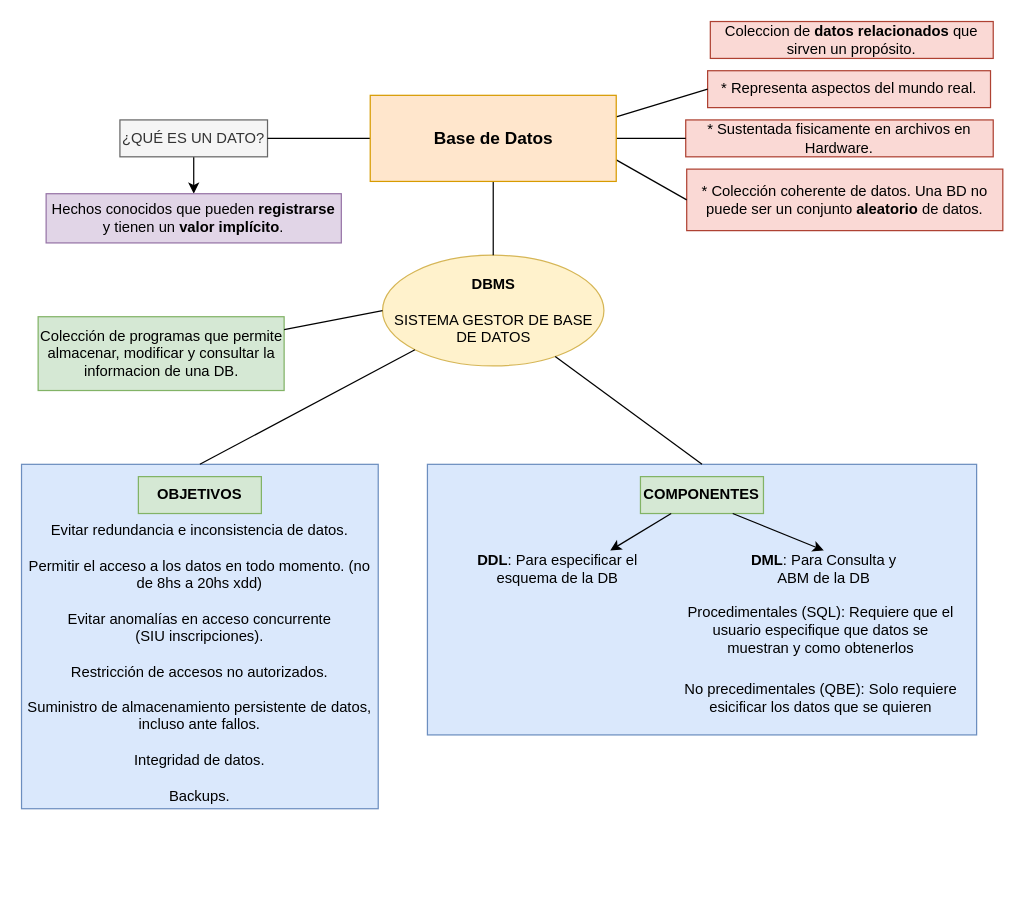
Before: page "DB, Datos, DBMS" (1 of 8) of Diagrama-resumen.drawio in senras/DBD, a draw.io diagram. Source tidied: cells renumbered, new cells numbered last; positions are measured from the earlier drawing's top-left corner, leaving out a move shared by most shapes. Both pictures are drawn from the tidied source at 123%, with x=0, y=0 at pixel (21, 21).
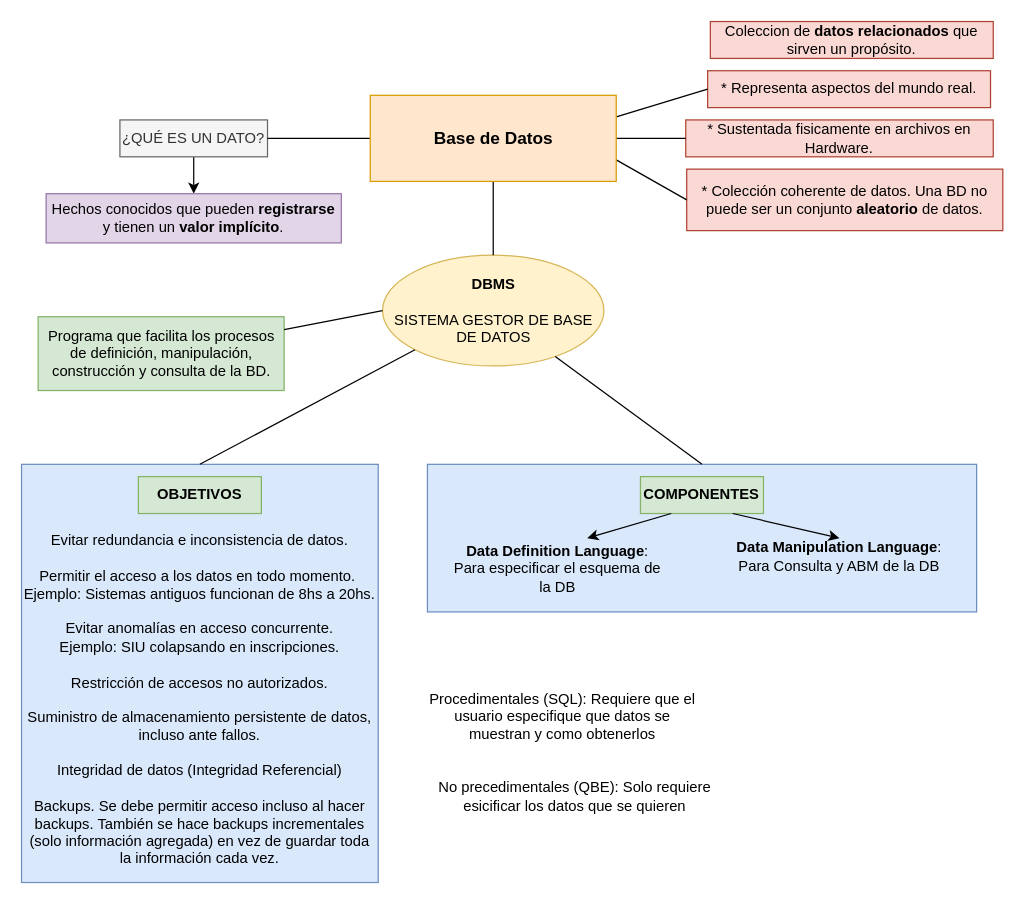
Above is the later version.

The change refers to these unchanged cells:
```xml
<mxCell id="9" value="COMPONENTES" style="text;html=1;strokeColor=#82b366;fillColor=#d5e8d4;align=center;verticalAlign=middle;whiteSpace=wrap;rounded=0;fontStyle=1;" parent="1" vertex="1">
  <mxGeometry x="503.2" y="370" width="100" height="30" as="geometry" />
</mxCell>
```

The edit, as a diff of the source:
```diff
@@
-    <mxCell id="2" value="&lt;span&gt;&lt;br&gt;&lt;br&gt;&lt;br&gt;Evitar redundancia e inconsistencia de datos.&lt;br&gt;&lt;br&gt;&lt;/span&gt;Permitir el acceso a los datos en todo momento. (no de 8hs a 20hs xdd)&lt;br&gt;&lt;span&gt;&lt;br&gt;&lt;/span&gt;Evitar anomalías en acceso concurrente&lt;br&gt;(SIU inscripciones).&lt;br&gt;&lt;span&gt;&lt;br&gt;&lt;/span&gt;Restricción de accesos no autorizados.&lt;br&gt;&lt;span&gt;&lt;br&gt;&lt;/span&gt;Suministro de almacenamiento persistente de datos, incluso ante fallos.&lt;br&gt;&lt;span&gt;&lt;br&gt;&lt;/span&gt;Integridad de datos.&lt;br&gt;&lt;span&gt;&lt;br&gt;&lt;/span&gt;Backups.&lt;span&gt;&lt;br&gt;&lt;/span&gt;" style="rounded=0;whiteSpace=wrap;html=1;fillColor=#dae8fc;strokeColor=#6c8ebf;" parent="1" vertex="1">
-      <mxGeometry y="360" width="290" height="280" as="geometry" />
+    <mxCell id="2" value="&lt;span&gt;&lt;br&gt;&lt;br&gt;&lt;br&gt;Evitar redundancia e inconsistencia de datos.&lt;br&gt;&lt;br&gt;&lt;/span&gt;Permitir el acceso a los datos en todo momento.&amp;nbsp;&lt;br&gt;Ejemplo: Sistemas antiguos funcionan de 8hs a 20hs.&lt;br&gt;&lt;span&gt;&lt;br&gt;&lt;/span&gt;Evitar anomalías en acceso concurrente.&lt;br&gt;Ejemplo: SIU colapsando en inscripciones.&lt;br&gt;&lt;span&gt;&lt;br&gt;&lt;/span&gt;Restricción de accesos no autorizados.&lt;br&gt;&lt;span&gt;&lt;br&gt;&lt;/span&gt;Suministro de almacenamiento persistente de datos, incluso ante fallos.&lt;br&gt;&lt;span&gt;&lt;br&gt;&lt;/span&gt;Integridad de datos (Integridad Referencial)&lt;br&gt;&lt;span&gt;&lt;br&gt;&lt;/span&gt;Backups. Se debe permitir acceso incluso al hacer backups. También se hace backups incrementales (solo información agregada) en vez de guardar toda la información cada vez.&lt;span&gt;&lt;br&gt;&lt;/span&gt;" style="rounded=0;whiteSpace=wrap;html=1;fillColor=#dae8fc;strokeColor=#6c8ebf;" parent="1" vertex="1">
+      <mxGeometry y="360" width="290" height="340" as="geometry" />
     </mxCell>
     <mxCell id="3" style="rounded=0;whiteSpace=wrap;html=1;fillColor=#dae8fc;strokeColor=#6c8ebf;" parent="1" vertex="1">
-      <mxGeometry x="330" y="360" width="446.5" height="220" as="geometry" />
+      <mxGeometry x="330" y="360" width="446.5" height="120" as="geometry" />
     </mxCell>
@@
-    <mxCell id="10" value="&lt;b&gt;DDL&lt;/b&gt;: Para especificar el esquema de la DB" style="text;html=1;align=center;verticalAlign=middle;whiteSpace=wrap;rounded=0;" parent="1" vertex="1">
+    <mxCell id="10" value="&lt;b&gt;Data Definition Language&lt;/b&gt;: Para especificar el esquema de la DB" style="text;html=1;align=center;verticalAlign=middle;whiteSpace=wrap;rounded=0;" parent="1" vertex="1">
       <mxGeometry x="350" y="430" width="171.5" height="30" as="geometry" />
     </mxCell>
-    <mxCell id="11" value="&lt;b&gt;DML&lt;/b&gt;: Para Consulta y ABM de la DB" style="text;html=1;align=center;verticalAlign=middle;whiteSpace=wrap;rounded=0;" parent="1" vertex="1">
-      <mxGeometry x="580" y="430" width="144.5" height="30" as="geometry" />
+    <mxCell id="11" value="&lt;b&gt;Data Manipulation Language&lt;/b&gt;: Para Consulta y ABM de la DB" style="text;html=1;align=center;verticalAlign=middle;whiteSpace=wrap;rounded=0;" parent="1" vertex="1">
+      <mxGeometry x="580" y="420" width="170" height="30" as="geometry" />
     </mxCell>
     <mxCell id="12" value="Procedimentales (SQL): Requiere que el usuario especifique que datos se muestran y como obtenerlos" style="text;html=1;fillColor=none;align=center;verticalAlign=middle;whiteSpace=wrap;rounded=0;" parent="1" vertex="1">
-      <mxGeometry x="540" y="470" width="220" height="50" as="geometry" />
+      <mxGeometry x="330" y="540" width="220" height="50" as="geometry" />
     </mxCell>
     <mxCell id="13" value="No precedimentales (QBE): Solo requiere esicificar los datos que se quieren" style="text;html=1;fillColor=none;align=center;verticalAlign=middle;whiteSpace=wrap;rounded=0;" parent="1" vertex="1">
-      <mxGeometry x="530" y="530" width="240" height="40" as="geometry" />
+      <mxGeometry x="330" y="610" width="240" height="40" as="geometry" />
     </mxCell>
@@
-    <mxCell id="15" value="Colección de programas que permite almacenar, modificar y consultar la informacion de una DB." style="text;html=1;strokeColor=#82b366;fillColor=#d5e8d4;align=center;verticalAlign=middle;whiteSpace=wrap;rounded=0;" parent="1" vertex="1">
+    <mxCell id="15" value="Programa que facilita los procesos de definición, manipulación, construcción y consulta de la BD." style="text;html=1;strokeColor=#82b366;fillColor=#d5e8d4;align=center;verticalAlign=middle;whiteSpace=wrap;rounded=0;" parent="1" vertex="1">
       <mxGeometry x="13.5" y="240" width="200" height="60" as="geometry" />
     </mxCell>
@@
-    <mxCell id="27" style="endArrow=classic;html=1;rounded=0;exitX=0.25;exitY=1;exitDx=0;exitDy=0;entryX=0.75;entryY=0;entryDx=0;entryDy=0;" parent="1" edge="1" source="9" target="10">
-      <mxGeometry relative="1" as="geometry" />
+    <mxCell id="27" style="endArrow=classic;html=1;rounded=0;exitX=0.25;exitY=1;exitDx=0;exitDy=0;" parent="1" edge="1" source="9">
+      <mxGeometry relative="1" as="geometry">
+        <mxPoint x="460" y="420" as="targetPoint" />
+      </mxGeometry>
     </mxCell>
```
